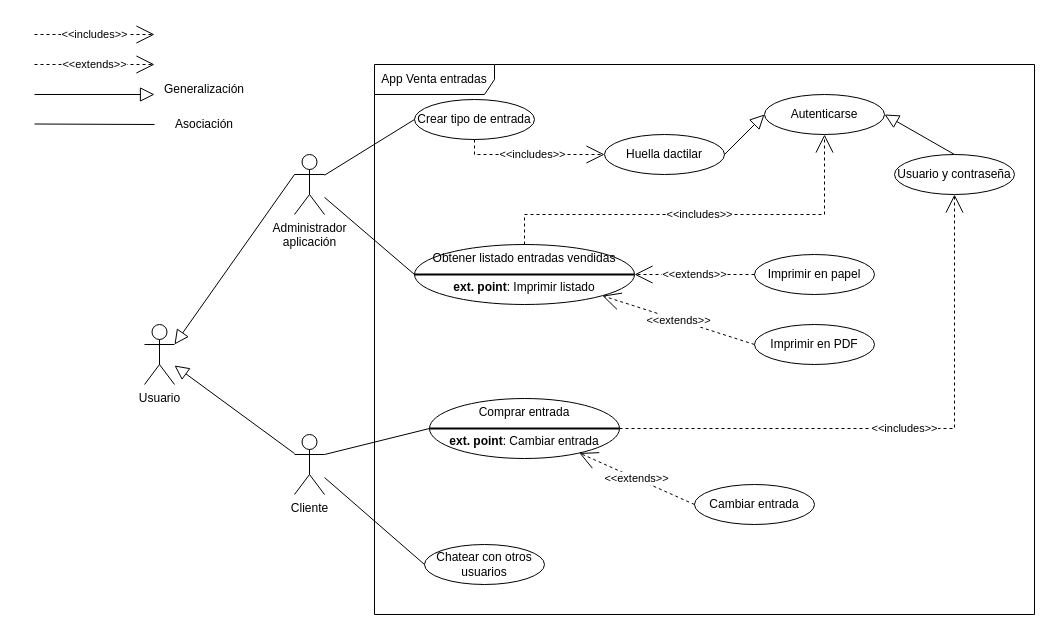
memfu/EntornosDesarrollo keeps this draw.io diagram as PracticaCasoUso.drawio. Above is the earlier version. Source tidied: cells renumbered, new cells numbered last; positions are measured from the earlier drawing's top-left corner, leaving out a move shared by most shapes. Both pictures are drawn from the tidied source at 100%, with x=0, y=0 at pixel (34, 34).
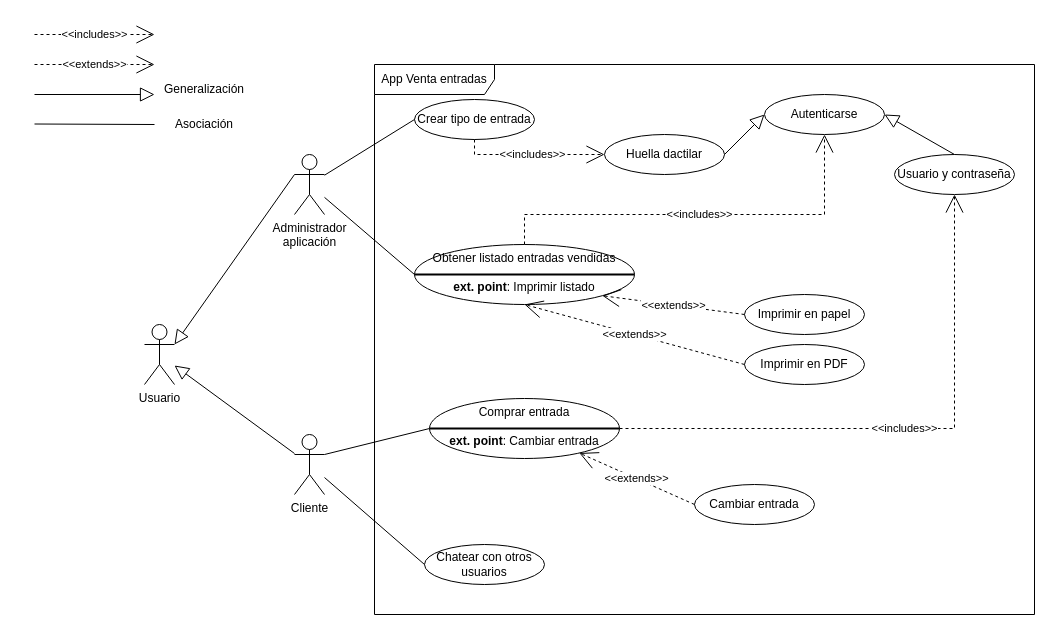
The same page after the edit.

Unchanged cells that the change refers to:
```xml
<mxCell id="20" value="&lt;div&gt;Obtener listado entradas vendidas&lt;/div&gt;&lt;div&gt;&lt;br&gt;&lt;/div&gt;&lt;div&gt;&lt;b&gt;ext. point&lt;/b&gt;: Imprimir listado&lt;br&gt;&lt;/div&gt;" style="ellipse;whiteSpace=wrap;html=1;horizontal=1;verticalAlign=top;" parent="1" vertex="1">
  <mxGeometry x="380" y="210" width="220" height="60" as="geometry" />
</mxCell>
```

The edit, as a diff of the source:
```diff
@@
     <mxCell id="22" value="Imprimir en PDF" style="ellipse;whiteSpace=wrap;html=1;" parent="1" vertex="1">
-      <mxGeometry x="720" y="290" width="120" height="40" as="geometry" />
+      <mxGeometry x="710" y="310" width="120" height="40" as="geometry" />
     </mxCell>
     <mxCell id="23" value="Imprimir en papel" style="ellipse;whiteSpace=wrap;html=1;" parent="1" vertex="1">
-      <mxGeometry x="720" y="220" width="120" height="40" as="geometry" />
+      <mxGeometry x="710" y="260" width="120" height="40" as="geometry" />
     </mxCell>
-    <mxCell id="24" value="&amp;lt;&amp;lt;extends&amp;gt;&amp;gt;" style="endArrow=open;endSize=16;endFill=0;html=1;rounded=0;dashed=1;entryX=1;entryY=1;entryDx=0;entryDy=0;exitX=0;exitY=0.5;exitDx=0;exitDy=0;" parent="1" edge="1" source="22" target="20">
+    <mxCell id="24" value="&amp;lt;&amp;lt;extends&amp;gt;&amp;gt;" style="endArrow=open;endSize=16;endFill=0;html=1;rounded=0;dashed=1;entryX=0.5;entryY=1;entryDx=0;entryDy=0;exitX=0;exitY=0.5;exitDx=0;exitDy=0;" parent="1" edge="1" source="22" target="20">
       <mxGeometry relative="1" as="geometry" />
     </mxCell>
-    <mxCell id="25" value="&amp;lt;&amp;lt;extends&amp;gt;&amp;gt;" style="endArrow=open;endSize=16;endFill=0;html=1;rounded=0;dashed=1;entryX=1;entryY=0.5;entryDx=0;entryDy=0;exitX=0;exitY=0.5;exitDx=0;exitDy=0;" parent="1" edge="1" source="23" target="20">
+    <mxCell id="25" value="&amp;lt;&amp;lt;extends&amp;gt;&amp;gt;" style="endArrow=open;endSize=16;endFill=0;html=1;rounded=0;dashed=1;entryX=1;entryY=1;entryDx=0;entryDy=0;exitX=0;exitY=0.5;exitDx=0;exitDy=0;" parent="1" edge="1" source="23" target="20">
       <mxGeometry relative="1" as="geometry" />
     </mxCell>
```
